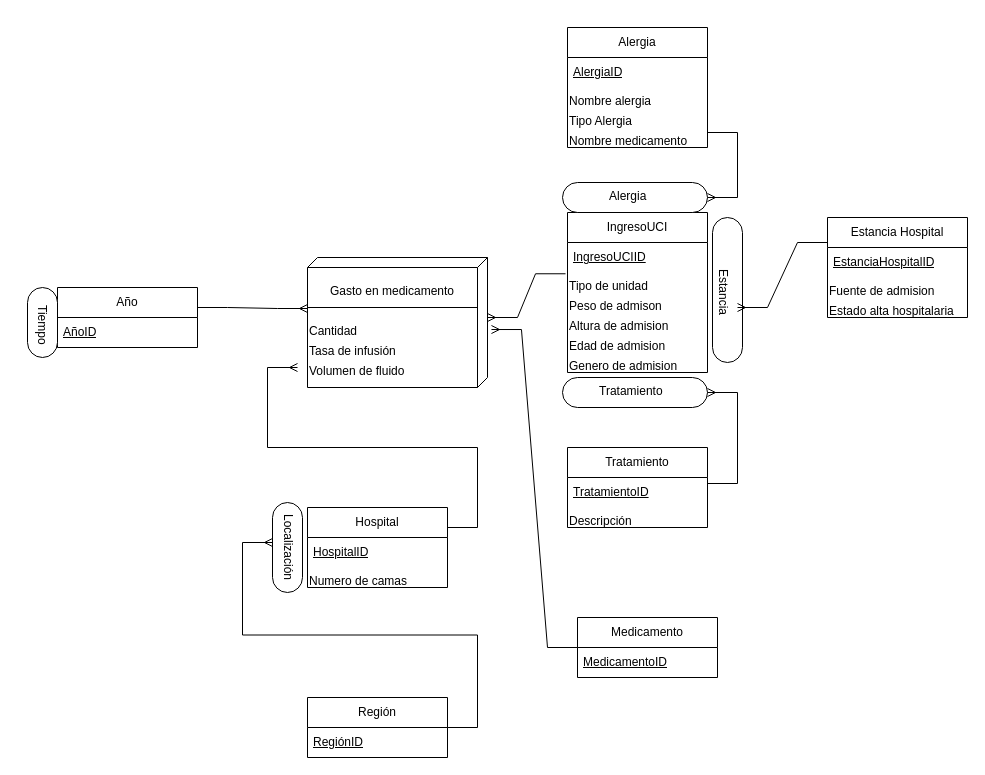
This is doc/images/diagrama_conceptual_dw.drawio from AlexSilvaa9/HealthcareDataWarehouse, a draw.io file, before an edit. Source tidied: cells renumbered, new cells numbered last; positions are measured from the earlier drawing's top-left corner, leaving out a move shared by most shapes. Both pictures are drawn from the tidied source at 100%, with x=0, y=0 at pixel (-128, 27).
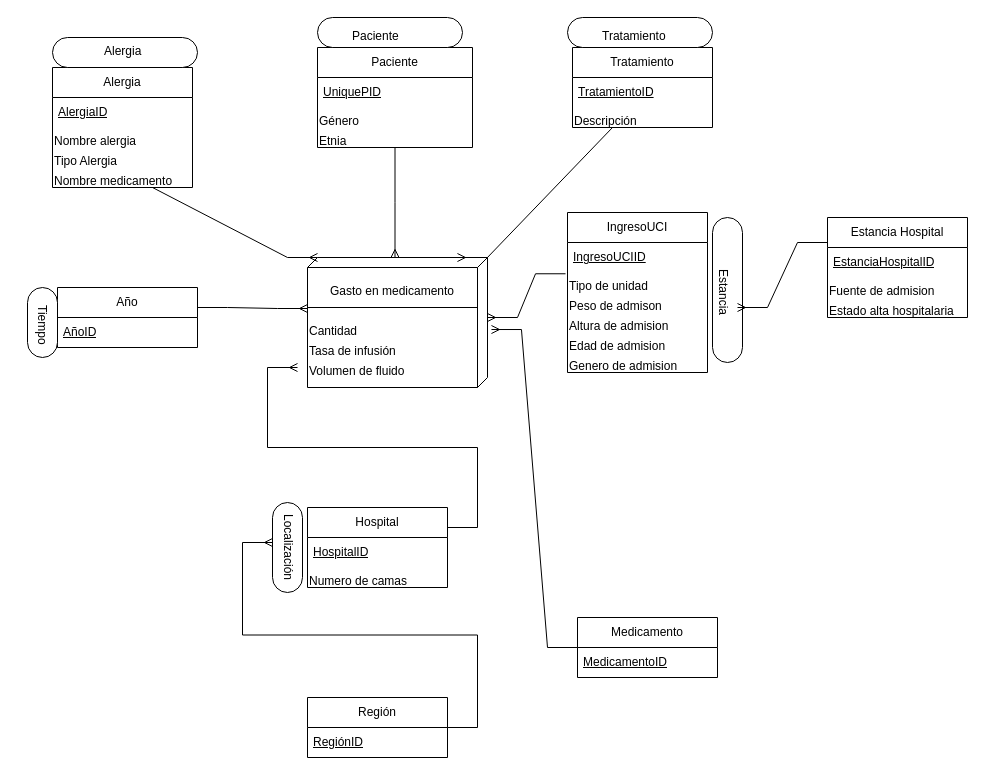
The same diagram, later.

Commit message:
diagrama actualizado

The change refers to these unchanged cells:
```xml
<mxCell id="5" style="verticalAlign=top;align=left;spacingTop=8;spacingLeft=2;spacingRight=12;shape=cube;size=10;direction=south;fontStyle=4;html=1;whiteSpace=wrap;" parent="1" vertex="1">
  <mxGeometry x="435" y="230" width="180" height="130" as="geometry" />
</mxCell>
<mxCell id="45" value="Nombre medicamento" style="text;whiteSpace=wrap;html=1;" parent="41" vertex="1">
  <mxGeometry y="100" width="140" height="20" as="geometry" />
</mxCell>
<mxCell id="48" value="Descripción" style="text;whiteSpace=wrap;html=1;" parent="46" vertex="1">
  <mxGeometry y="60" width="140" height="20" as="geometry" />
</mxCell>
```

The edit, as a diff of the source:
```diff
@@
     <mxCell id="41" value="Alergia" style="swimlane;fontStyle=0;horizontal=1;startSize=30;whiteSpace=wrap;html=1;" parent="1" vertex="1">
-      <mxGeometry x="695" width="140" height="120" as="geometry" />
+      <mxGeometry x="180" y="40" width="140" height="120" as="geometry" />
     </mxCell>
@@
     <mxCell id="46" value="Tratamiento" style="swimlane;fontStyle=0;horizontal=1;startSize=30;whiteSpace=wrap;html=1;" parent="1" vertex="1">
-      <mxGeometry x="695" y="420" width="140" height="80" as="geometry" />
+      <mxGeometry x="700" y="20" width="140" height="80" as="geometry" />
     </mxCell>
@@
     <mxCell id="49" style="rounded=1;whiteSpace=wrap;html=1;arcSize=50;rotation=0;verticalAlign=bottom;" parent="1" vertex="1">
-      <mxGeometry x="690" y="350" width="145" height="30" as="geometry" />
+      <mxGeometry x="695" y="-10" width="145" height="30" as="geometry" />
     </mxCell>
     <mxCell id="50" style="rounded=1;whiteSpace=wrap;html=1;arcSize=50;rotation=0;verticalAlign=bottom;" parent="1" vertex="1">
-      <mxGeometry x="690" y="155" width="145" height="30" as="geometry" />
+      <mxGeometry x="180" y="10" width="145" height="30" as="geometry" />
     </mxCell>
     <mxCell id="51" value="Tratamiento" style="text;whiteSpace=wrap;html=1;rotation=0;" parent="1" vertex="1">
-      <mxGeometry x="725" y="350" width="80" height="20" as="geometry" />
+      <mxGeometry x="727.5" y="-5" width="80" height="20" as="geometry" />
     </mxCell>
     <mxCell id="52" value="Alergia" style="text;whiteSpace=wrap;html=1;rotation=0;" parent="1" vertex="1">
-      <mxGeometry x="735" y="155" width="80" height="20" as="geometry" />
+      <mxGeometry x="230" y="10" width="80" height="20" as="geometry" />
     </mxCell>
-    <mxCell id="53" style="edgeStyle=entityRelationEdgeStyle;fontSize=12;html=1;endArrow=ERmany;rounded=0;exitX=1;exitY=0.25;exitDx=0;exitDy=0;entryX=1;entryY=0.5;entryDx=0;entryDy=0;" parent="1" edge="1" source="45" target="50">
+    <mxCell id="53" style="edgeStyle=entityRelationEdgeStyle;fontSize=12;html=1;endArrow=ERmany;rounded=0;exitX=0.5;exitY=1;exitDx=0;exitDy=0;entryX=0;entryY=0;entryDx=0;entryDy=170;entryPerimeter=0;" parent="1" edge="1" source="45" target="5">
       <mxGeometry relative="1" as="geometry" />
     </mxCell>
-    <mxCell id="54" style="edgeStyle=entityRelationEdgeStyle;fontSize=12;html=1;endArrow=ERmany;rounded=0;exitX=1;exitY=0.25;exitDx=0;exitDy=0;entryX=1;entryY=0.5;entryDx=0;entryDy=0;" parent="1" edge="1" target="49">
-      <mxGeometry relative="1" as="geometry">
-        <mxPoint x="835" y="456" as="sourcePoint" />
-      </mxGeometry>
+    <mxCell id="54" style="edgeStyle=entityRelationEdgeStyle;fontSize=12;html=1;endArrow=ERmany;rounded=0;exitX=0.5;exitY=1;exitDx=0;exitDy=0;entryX=0;entryY=0.167;entryDx=0;entryDy=0;entryPerimeter=0;" parent="1" edge="1" source="48" target="5">
+      <mxGeometry relative="1" as="geometry" />
     </mxCell>
+    <mxCell id="55" value="Paciente" style="swimlane;fontStyle=0;horizontal=1;startSize=30;whiteSpace=wrap;html=1;" parent="1" vertex="1">
+      <mxGeometry x="445" y="20" width="155" height="100" as="geometry" />
+    </mxCell>
+    <mxCell id="56" value="&lt;u&gt;UniquePID&lt;/u&gt;" style="text;strokeColor=none;fillColor=none;align=left;verticalAlign=middle;spacingLeft=4;spacingRight=4;overflow=hidden;whiteSpace=wrap;html=1;" parent="55" vertex="1">
+      <mxGeometry y="30" width="155" height="30" as="geometry" />
+    </mxCell>
+    <mxCell id="57" value="Género" style="text;whiteSpace=wrap;html=1;" parent="55" vertex="1">
+      <mxGeometry y="60" width="155" height="20" as="geometry" />
+    </mxCell>
+    <mxCell id="58" style="edgeStyle=orthogonalEdgeStyle;rounded=0;jettySize=auto;html=1;endArrow=ERmany;endFill=0;" parent="55" edge="1" source="59">
+      <mxGeometry relative="1" as="geometry">
+        <mxPoint x="77.5" y="210" as="targetPoint" />
+      </mxGeometry>
+    </mxCell>
+    <mxCell id="59" value="Etnia" style="text;whiteSpace=wrap;html=1;" parent="55" vertex="1">
+      <mxGeometry y="80" width="155" height="20" as="geometry" />
+    </mxCell>
+    <mxCell id="60" style="rounded=1;whiteSpace=wrap;html=1;arcSize=50;rotation=0;verticalAlign=bottom;" parent="1" vertex="1">
+      <mxGeometry x="445" y="-10" width="145" height="30" as="geometry" />
+    </mxCell>
+    <mxCell id="61" value="Paciente" style="text;whiteSpace=wrap;html=1;rotation=0;" parent="1" vertex="1">
+      <mxGeometry x="477.5" y="-5" width="80" height="20" as="geometry" />
+    </mxCell>
```
